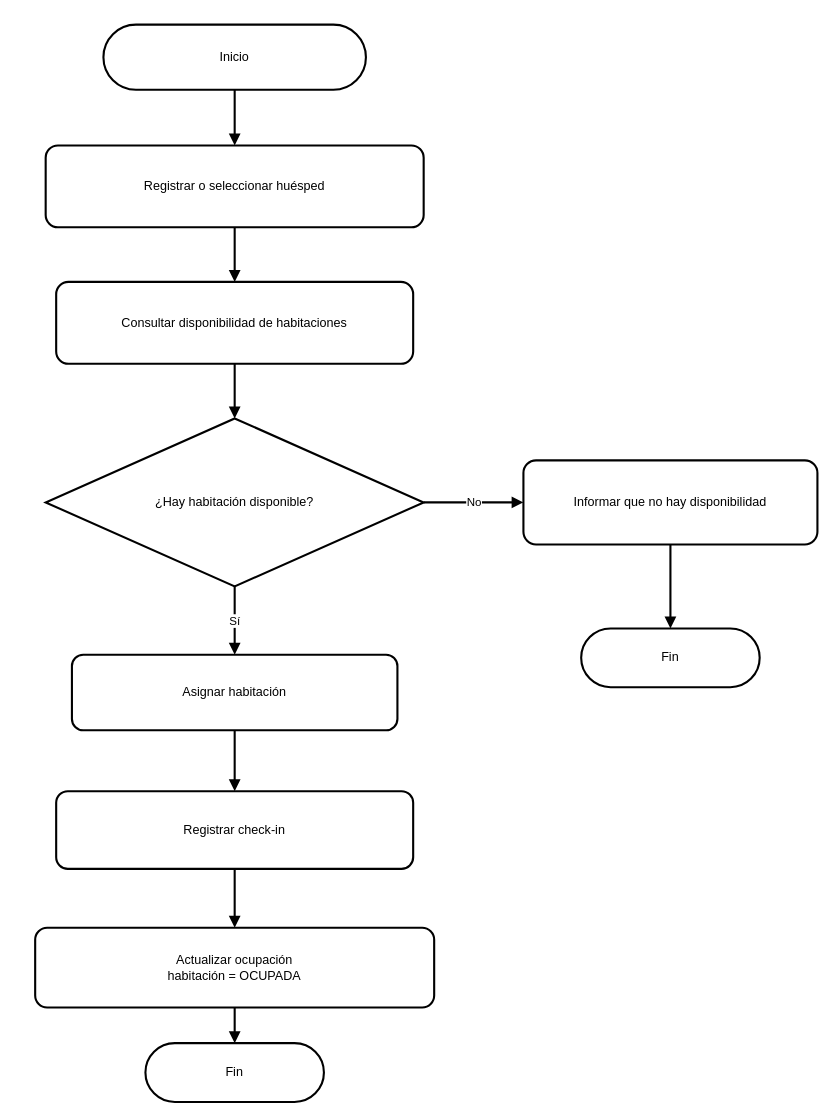
Above: diagramas-editables/02-diagrama-flujo.drawio in Yutre3/diego (draw.io), before the change. Source tidied: cells renumbered, new cells numbered last; positions are measured from the earlier drawing's top-left corner, leaving out a move shared by most shapes. Both pictures are drawn from the tidied source at 105%, with x=0, y=0 at pixel (35, 24).
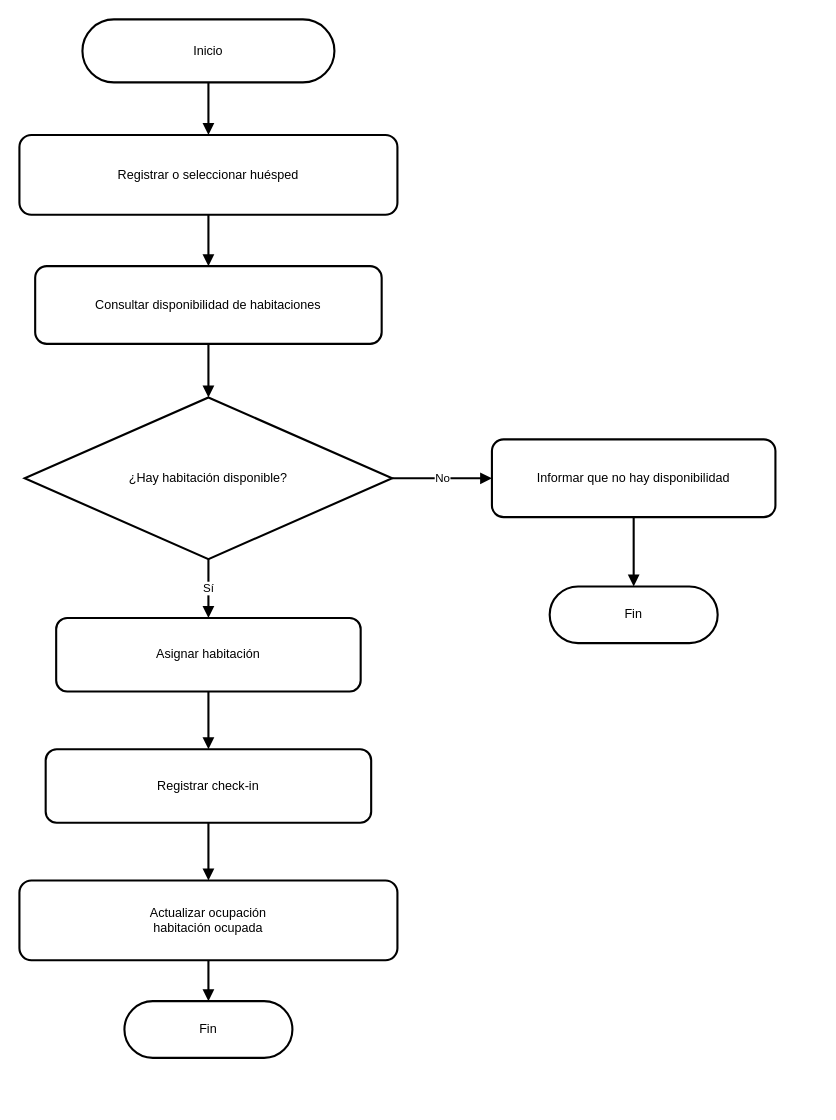
Above is the later version.

Commit message:
Actualizar fuente editable del flujo

Change to the diagram source:
```diff
@@
     <mxCell id="2" value="Inicio" style="rounded=1;arcSize=50;whiteSpace=wrap;html=1;strokeWidth=2;" parent="1" vertex="1">
-      <mxGeometry x="65" width="250" height="62" as="geometry" />
+      <mxGeometry x="45" y="-5" width="240" height="60" as="geometry" />
     </mxCell>
     <mxCell id="3" value="Registrar o seleccionar huésped" style="rounded=1;whiteSpace=wrap;html=1;strokeWidth=2;" parent="1" vertex="1">
-      <mxGeometry x="10" y="115" width="360" height="78" as="geometry" />
+      <mxGeometry x="-15" y="105" width="360" height="76" as="geometry" />
     </mxCell>
     <mxCell id="4" value="Consultar disponibilidad de habitaciones" style="rounded=1;whiteSpace=wrap;html=1;strokeWidth=2;" parent="1" vertex="1">
-      <mxGeometry x="20" y="245" width="340" height="78" as="geometry" />
+      <mxGeometry y="230" width="330" height="74" as="geometry" />
     </mxCell>
     <mxCell id="5" value="¿Hay habitación disponible?" style="rhombus;whiteSpace=wrap;html=1;strokeWidth=2;" parent="1" vertex="1">
-      <mxGeometry x="10" y="375" width="360" height="160" as="geometry" />
+      <mxGeometry x="-10" y="355" width="350" height="154" as="geometry" />
     </mxCell>
     <mxCell id="6" value="Informar que no hay disponibilidad" style="rounded=1;whiteSpace=wrap;html=1;strokeWidth=2;" parent="1" vertex="1">
-      <mxGeometry x="465" y="415" width="280" height="80" as="geometry" />
+      <mxGeometry x="435" y="395" width="270" height="74" as="geometry" />
     </mxCell>
-    <mxCell id="7" value="Fin" style="rounded=1;arcSize=50;whiteSpace=wrap;html=1;strokeWidth=2;" parent="1" vertex="1">
-      <mxGeometry x="520" y="575" width="170" height="56" as="geometry" />
-    </mxCell>
+    <mxCell id="21" value="Fin" style="rounded=1;arcSize=50;whiteSpace=wrap;html=1;strokeWidth=2;" parent="1" vertex="1">
+      <mxGeometry x="490" y="535" width="160" height="54" as="geometry" />
+    </mxCell>
     <mxCell id="8" value="Asignar habitación" style="rounded=1;whiteSpace=wrap;html=1;strokeWidth=2;" parent="1" vertex="1">
-      <mxGeometry x="35" y="600" width="310" height="72" as="geometry" />
+      <mxGeometry x="20" y="565" width="290" height="70" as="geometry" />
     </mxCell>
     <mxCell id="9" value="Registrar check-in" style="rounded=1;whiteSpace=wrap;html=1;strokeWidth=2;" parent="1" vertex="1">
-      <mxGeometry x="20" y="730" width="340" height="74" as="geometry" />
+      <mxGeometry x="10" y="690" width="310" height="70" as="geometry" />
     </mxCell>
-    <mxCell id="10" value="Actualizar ocupación&#10;habitación = OCUPADA" style="rounded=1;whiteSpace=wrap;html=1;strokeWidth=2;" parent="1" vertex="1">
-      <mxGeometry y="860" width="380" height="76" as="geometry" />
-    </mxCell>
-    <mxCell id="11" value="Fin" style="rounded=1;arcSize=50;whiteSpace=wrap;html=1;strokeWidth=2;" parent="1" vertex="1">
-      <mxGeometry x="105" y="970" width="170" height="56" as="geometry" />
-    </mxCell>
+    <mxCell id="22" value="Actualizar ocupación&#10;habitación ocupada" style="rounded=1;whiteSpace=wrap;html=1;strokeWidth=2;" parent="1" vertex="1">
+      <mxGeometry x="-15" y="815" width="360" height="76" as="geometry" />
+    </mxCell>
+    <mxCell id="23" value="Fin" style="rounded=1;arcSize=50;whiteSpace=wrap;html=1;strokeWidth=2;" parent="1" vertex="1">
+      <mxGeometry x="85" y="930" width="160" height="54" as="geometry" />
+    </mxCell>
@@
-    <mxCell id="16" value="Sí" style="endArrow=block;html=1;strokeWidth=2;" parent="1" edge="1" source="5" target="8">
+    <mxCell id="16" style="endArrow=block;html=1;strokeWidth=2;" parent="1" edge="1" source="6" target="21">
       <mxGeometry relative="1" as="geometry" />
     </mxCell>
-    <mxCell id="17" style="endArrow=block;html=1;strokeWidth=2;" parent="1" edge="1" source="6" target="7">
+    <mxCell id="17" value="Sí" style="endArrow=block;html=1;strokeWidth=2;" parent="1" edge="1" source="5" target="8">
       <mxGeometry relative="1" as="geometry" />
     </mxCell>
@@
-    <mxCell id="19" style="endArrow=block;html=1;strokeWidth=2;" parent="1" edge="1" source="9" target="10">
+    <mxCell id="19" style="endArrow=block;html=1;strokeWidth=2;" parent="1" edge="1" source="9" target="22">
       <mxGeometry relative="1" as="geometry" />
     </mxCell>
-    <mxCell id="20" style="endArrow=block;html=1;strokeWidth=2;" parent="1" edge="1" source="10" target="11">
+    <mxCell id="20" style="endArrow=block;html=1;strokeWidth=2;" parent="1" edge="1" source="22" target="23">
       <mxGeometry relative="1" as="geometry" />
     </mxCell>
```
